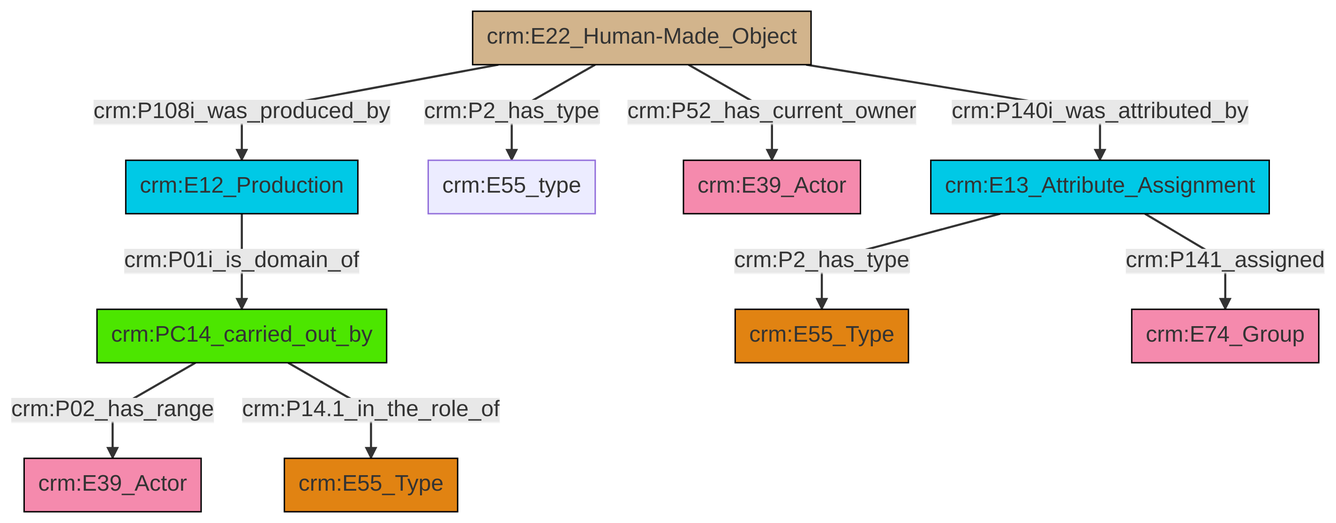
This is et/builtWorkCSV/ttl/mmd/png/Built_Work_actor_relations.png from swiss-art-research-net/reference-data-models, a Mermaid export, as it was before one commit. Its source is kept beside it as et/builtWorkCSV/ttl/mmd/Built_Work_actor_relations.ttl.mmd.
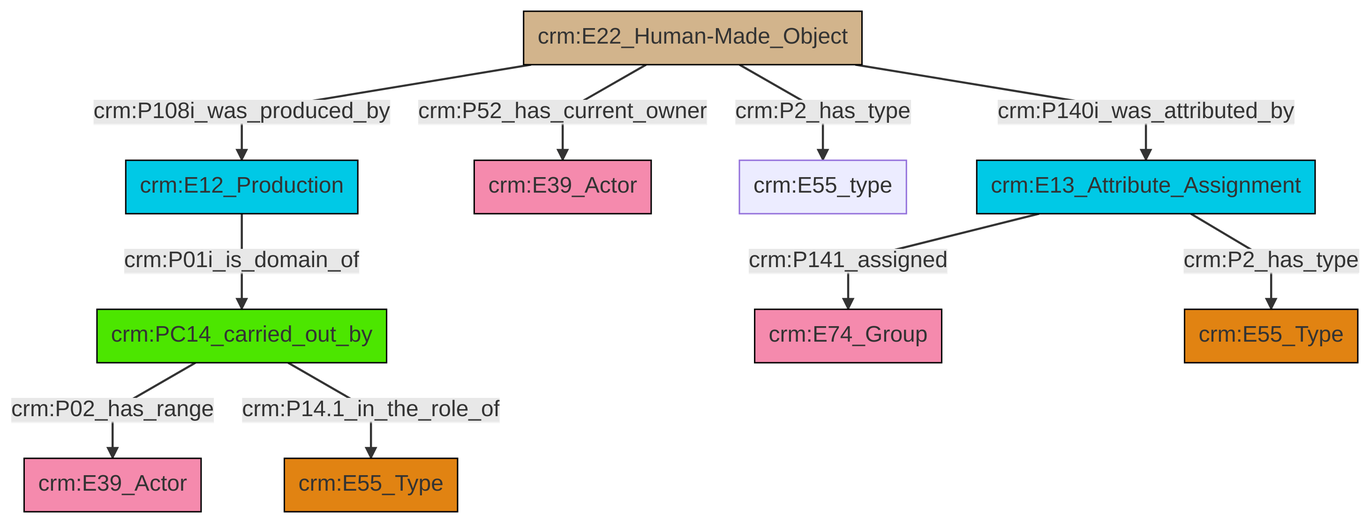
The same diagram one commit later.

The edit, as a diff of the source:
```diff
@@ -13,12 +13,12 @@
 classDef PC_Classes fill:#4ce600, stroke:#000000;
 classDef Multi fill:#cccccc,stroke:#000000;
 
+0["crm:E13_Attribute_Assignment"]:::Temporal_Entity -->|crm:P141_assigned| 1["crm:E74_Group"]:::Actor
 2["crm:PC14_carried_out_by"]:::PC_Classes -->|crm:P02_has_range| 3["crm:E39_Actor"]:::Actor
-4["crm:E13_Attribute_Assignment"]:::Temporal_Entity -->|crm:P2_has_type| 5["crm:E55_Type"]:::Type
-0["crm:E22_Human-Made_Object"]:::Physical_Thing -->|crm:P52_has_current_owner| 11["crm:E39_Actor"]:::Actor
-0["crm:E22_Human-Made_Object"]:::Physical_Thing -->|crm:P2_has_type| 9["crm:E55_type"]:::Default
-15["crm:E12_Production"]:::Temporal_Entity -->|crm:P01i_is_domain_of| 2["crm:PC14_carried_out_by"]:::PC_Classes
-4["crm:E13_Attribute_Assignment"]:::Temporal_Entity -->|crm:P141_assigned| 6["crm:E74_Group"]:::Actor
-0["crm:E22_Human-Made_Object"]:::Physical_Thing -->|crm:P140i_was_attributed_by| 4["crm:E13_Attribute_Assignment"]:::Temporal_Entity
-0["crm:E22_Human-Made_Object"]:::Physical_Thing -->|crm:P108i_was_produced_by| 15["crm:E12_Production"]:::Temporal_Entity
-2["crm:PC14_carried_out_by"]:::PC_Classes -->|crm:P14.1_in_the_role_of| 12["crm:E55_Type"]:::Type
+4["crm:E22_Human-Made_Object"]:::Physical_Thing -->|crm:P108i_was_produced_by| 5["crm:E12_Production"]:::Temporal_Entity
+4["crm:E22_Human-Made_Object"]:::Physical_Thing -->|crm:P52_has_current_owner| 6["crm:E39_Actor"]:::Actor
+5["crm:E12_Production"]:::Temporal_Entity -->|crm:P01i_is_domain_of| 2["crm:PC14_carried_out_by"]:::PC_Classes
+2["crm:PC14_carried_out_by"]:::PC_Classes -->|crm:P14.1_in_the_role_of| 7["crm:E55_Type"]:::Type
+0["crm:E13_Attribute_Assignment"]:::Temporal_Entity -->|crm:P2_has_type| 9["crm:E55_Type"]:::Type
+4["crm:E22_Human-Made_Object"]:::Physical_Thing -->|crm:P2_has_type| 16["crm:E55_type"]:::Default
+4["crm:E22_Human-Made_Object"]:::Physical_Thing -->|crm:P140i_was_attributed_by| 0["crm:E13_Attribute_Assignment"]:::Temporal_Entity
```
